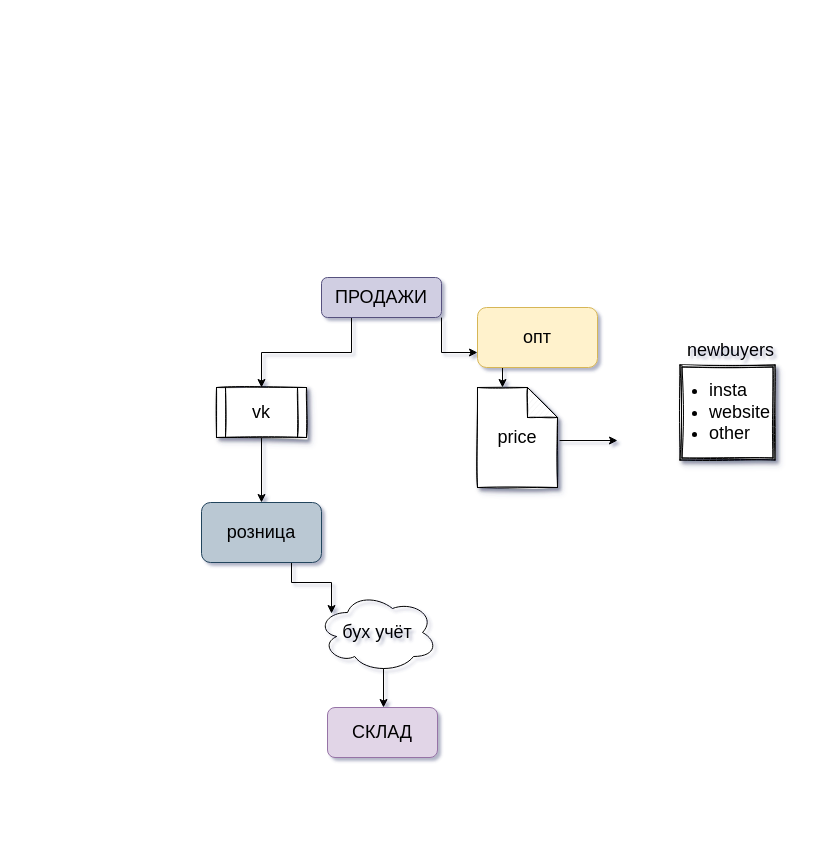
This is Untitled Diagram.drawio from m11nic89co/ecom.net.ru, a draw.io file, before an edit. Source tidied: cells renumbered, new cells numbered last; positions are measured from the earlier drawing's top-left corner, leaving out a move shared by most shapes. Both pictures are drawn from the tidied source at 100%, with x=0, y=0 at pixel (201, 277).
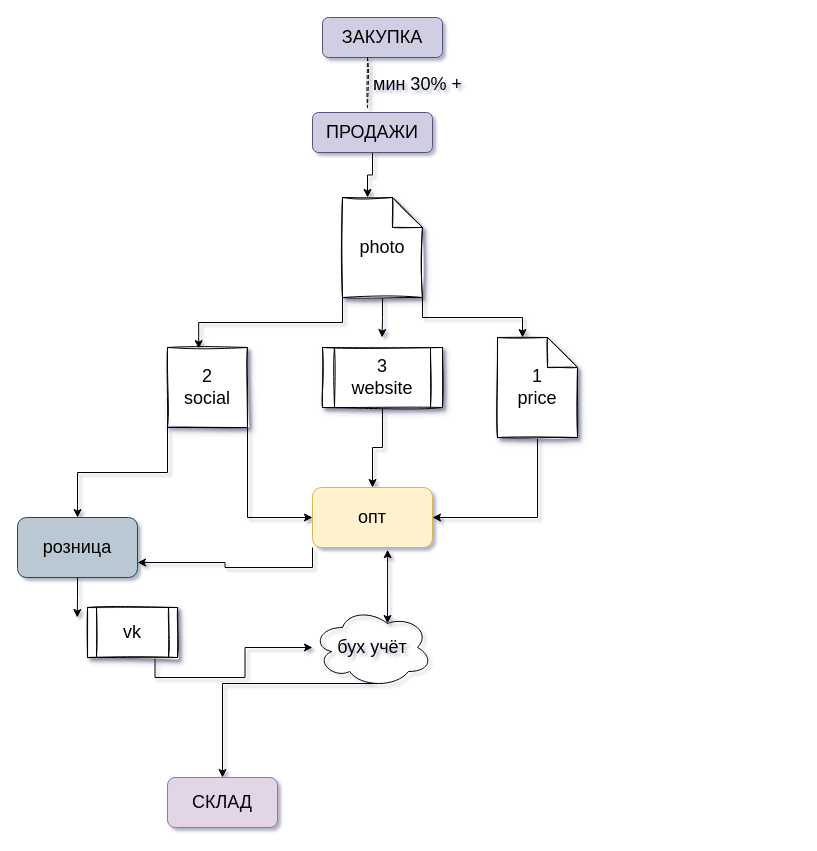
After the change.

Change to the diagram source:
```diff
@@
-    <mxCell id="2" style="edgeStyle=orthogonalEdgeStyle;rounded=0;jettySize=auto;html=1;exitX=0.25;exitY=1;exitDx=0;exitDy=0;entryX=0;entryY=0;entryDx=25;entryDy=0;entryPerimeter=0;fontSize=18;" parent="1" edge="1" source="3" target="12">
-      <mxGeometry relative="1" as="geometry" />
-    </mxCell>
+    <mxCell id="19" style="edgeStyle=orthogonalEdgeStyle;rounded=0;jettySize=auto;html=1;exitX=0;exitY=1;exitDx=0;exitDy=0;entryX=1;entryY=0.75;entryDx=0;entryDy=0;fontSize=18;" parent="1" edge="1" source="3" target="8">
+      <mxGeometry relative="1" as="geometry" />
+    </mxCell>
     <mxCell id="3" value="&lt;font style=&quot;font-size: 18px;&quot;&gt;&lt;font style=&quot;font-size: 18px;&quot;&gt;опт&lt;/font&gt;&lt;/font&gt;" style="rounded=1;whiteSpace=wrap;html=1;fillColor=#fff2cc;strokeColor=#d6b656;shadow=0;" parent="1" vertex="1">
-      <mxGeometry x="276" y="30" width="120" height="60" as="geometry" />
+      <mxGeometry x="111" y="210" width="120" height="60" as="geometry" />
     </mxCell>
     <mxCell id="4" value="СКЛАД" style="rounded=1;whiteSpace=wrap;html=1;shadow=0;fontSize=18;fillColor=#e1d5e7;strokeColor=#9673a6;" parent="1" vertex="1">
-      <mxGeometry x="126" y="430" width="110" height="50" as="geometry" />
+      <mxGeometry x="-34" y="500" width="110" height="50" as="geometry" />
     </mxCell>
-    <mxCell id="5" style="edgeStyle=orthogonalEdgeStyle;rounded=0;jettySize=auto;html=1;exitX=0.55;exitY=0.95;exitDx=0;exitDy=0;exitPerimeter=0;fontSize=18;" parent="1" edge="1" source="6">
-      <mxGeometry relative="1" as="geometry">
-        <mxPoint x="182" y="430" as="targetPoint" />
-      </mxGeometry>
-    </mxCell>
+    <mxCell id="20" style="edgeStyle=orthogonalEdgeStyle;rounded=0;jettySize=auto;html=1;exitX=0.55;exitY=0.95;exitDx=0;exitDy=0;exitPerimeter=0;entryX=0.5;entryY=0;entryDx=0;entryDy=0;fontSize=18;" parent="1" edge="1" source="6" target="4">
+      <mxGeometry relative="1" as="geometry" />
+    </mxCell>
     <mxCell id="6" value="бух учёт" style="ellipse;shape=cloud;whiteSpace=wrap;html=1;shadow=0;fontSize=18;fillColor=none;" parent="1" vertex="1">
-      <mxGeometry x="116" y="315" width="120" height="80" as="geometry" />
+      <mxGeometry x="111" y="330" width="120" height="80" as="geometry" />
     </mxCell>
-    <mxCell id="7" style="edgeStyle=orthogonalEdgeStyle;rounded=0;jettySize=auto;html=1;exitX=0.75;exitY=1;exitDx=0;exitDy=0;entryX=0.117;entryY=0.263;entryDx=0;entryDy=0;entryPerimeter=0;fontSize=18;" parent="1" edge="1" source="8" target="6">
-      <mxGeometry relative="1" as="geometry" />
-    </mxCell>
+    <mxCell id="21" style="edgeStyle=orthogonalEdgeStyle;rounded=0;jettySize=auto;html=1;exitX=0.5;exitY=1;exitDx=0;exitDy=0;fontSize=18;" parent="1" edge="1" source="8">
+      <mxGeometry relative="1" as="geometry">
+        <mxPoint x="-124.3" y="340" as="targetPoint" />
+      </mxGeometry>
+    </mxCell>
     <mxCell id="8" value="розница" style="rounded=1;whiteSpace=wrap;html=1;shadow=0;fontSize=18;fillColor=#bac8d3;strokeColor=#23445d;" parent="1" vertex="1">
-      <mxGeometry y="225" width="120" height="60" as="geometry" />
+      <mxGeometry x="-184" y="240" width="120" height="60" as="geometry" />
     </mxCell>
-    <mxCell id="9" style="edgeStyle=orthogonalEdgeStyle;rounded=0;jettySize=auto;html=1;exitX=0.25;exitY=1;exitDx=0;exitDy=0;entryX=0.5;entryY=0;entryDx=0;entryDy=0;fontSize=18;" parent="1" edge="1" source="11" target="14">
-      <mxGeometry relative="1" as="geometry" />
-    </mxCell>
-    <mxCell id="10" style="edgeStyle=orthogonalEdgeStyle;rounded=0;jettySize=auto;html=1;exitX=1;exitY=1;exitDx=0;exitDy=0;entryX=0;entryY=0.75;entryDx=0;entryDy=0;fontSize=18;" parent="1" edge="1" source="11" target="3">
-      <mxGeometry relative="1" as="geometry" />
-    </mxCell>
+    <mxCell id="22" style="edgeStyle=orthogonalEdgeStyle;rounded=0;jettySize=auto;html=1;exitX=0.5;exitY=1;exitDx=0;exitDy=0;fontSize=18;entryX=0;entryY=0;entryDx=25;entryDy=0;entryPerimeter=0;" parent="1" edge="1" source="11" target="31">
+      <mxGeometry relative="1" as="geometry" />
+    </mxCell>
     <mxCell id="11" value="ПРОДАЖИ" style="rounded=1;whiteSpace=wrap;html=1;shadow=0;fontSize=18;fillColor=#d0cee2;strokeColor=#56517e;" parent="1" vertex="1">
-      <mxGeometry x="120" width="120" height="40" as="geometry" />
+      <mxGeometry x="111" y="-165" width="120" height="40" as="geometry" />
     </mxCell>
+    <mxCell id="23" style="edgeStyle=orthogonalEdgeStyle;rounded=0;jettySize=auto;html=1;exitX=0.5;exitY=1;exitDx=0;exitDy=0;exitPerimeter=0;entryX=1;entryY=0.5;entryDx=0;entryDy=0;fontSize=18;" parent="1" edge="1" source="12" target="3">
+      <mxGeometry relative="1" as="geometry" />
+    </mxCell>
-    <mxCell id="12" value="price" style="shape=note;whiteSpace=wrap;html=1;backgroundOutline=1;darkOpacity=0.05;shadow=1;fontSize=18;sketch=1;" parent="1" vertex="1">
-      <mxGeometry x="276" y="110" width="80" height="100" as="geometry" />
+    <mxCell id="12" value="1&lt;br&gt;price" style="shape=note;whiteSpace=wrap;html=1;backgroundOutline=1;darkOpacity=0.05;shadow=1;fontSize=18;sketch=1;" parent="1" vertex="1">
+      <mxGeometry x="296" y="60" width="80" height="100" as="geometry" />
     </mxCell>
-    <mxCell id="13" style="edgeStyle=orthogonalEdgeStyle;rounded=0;jettySize=auto;html=1;exitX=0.5;exitY=1;exitDx=0;exitDy=0;entryX=0.5;entryY=0;entryDx=0;entryDy=0;fontSize=18;" parent="1" edge="1" source="14" target="8">
-      <mxGeometry relative="1" as="geometry" />
-    </mxCell>
+    <mxCell id="24" style="edgeStyle=orthogonalEdgeStyle;rounded=0;jettySize=auto;html=1;exitX=0.75;exitY=1;exitDx=0;exitDy=0;fontSize=18;" parent="1" edge="1" source="14" target="6">
+      <mxGeometry relative="1" as="geometry" />
+    </mxCell>
     <mxCell id="14" value="vk" style="shape=process;whiteSpace=wrap;html=1;backgroundOutline=1;shadow=1;sketch=1;fontSize=18;" parent="1" vertex="1">
-      <mxGeometry x="15" y="110" width="90" height="50" as="geometry" />
+      <mxGeometry x="-114" y="330" width="90" height="50" as="geometry" />
     </mxCell>
-    <mxCell id="15" style="endArrow=classic;html=1;rounded=0;fontSize=18;exitX=1.025;exitY=0.53;exitDx=0;exitDy=0;exitPerimeter=0;" parent="1" edge="1" source="12">
-      <mxGeometry relative="1" as="geometry">
-        <mxPoint x="416" y="163" as="targetPoint" />
-      </mxGeometry>
-    </mxCell>
-    <mxCell id="16" style="shape=ext;double=1;whiteSpace=wrap;html=1;shadow=1;sketch=1;fontSize=18;" parent="1" vertex="1">
-      <mxGeometry x="478.5" y="87.5" width="95" height="95" as="geometry" />
-    </mxCell>
-    <mxCell id="17" value="&lt;ul&gt;&lt;li&gt;&lt;span style=&quot;background-color: initial;&quot;&gt;insta&lt;/span&gt;&lt;/li&gt;&lt;li&gt;website&lt;/li&gt;&lt;li&gt;other&lt;/li&gt;&lt;/ul&gt;" style="text;strokeColor=none;fillColor=none;html=1;whiteSpace=wrap;verticalAlign=middle;overflow=hidden;shadow=1;sketch=1;fontSize=18;" parent="1" vertex="1">
-      <mxGeometry x="466" y="80" width="120" height="110" as="geometry" />
-    </mxCell>
-    <mxCell id="18" value="newbuyers" style="text;html=1;align=center;verticalAlign=middle;strokeColor=none;fillColor=none;fontSize=18;" parent="1" vertex="1">
-      <mxGeometry x="478.5" y="57.5" width="100" height="30" as="geometry" />
-    </mxCell>
+    <mxCell id="25" value="ЗАКУПКА" style="rounded=1;whiteSpace=wrap;html=1;shadow=0;fontSize=18;fillColor=#d0cee2;strokeColor=#56517e;" parent="1" vertex="1">
+      <mxGeometry x="121" y="-260" width="120" height="40" as="geometry" />
+    </mxCell>
+    <mxCell id="26" value="мин 30% +" style="shape=partialRectangle;fillColor=none;align=left;verticalAlign=middle;strokeColor=none;spacingLeft=34;shadow=1;sketch=1;fontSize=18;" parent="1" vertex="1">
+      <mxGeometry x="136" y="-220" width="90" height="50" as="geometry" />
+    </mxCell>
+    <mxCell id="27" style="shape=partialRectangle;top=0;left=0;bottom=0;fillColor=none;stokeWidth=1;dashed=1;align=left;verticalAlign=middle;spacingLeft=4;spacingRight=4;overflow=hidden;shadow=1;sketch=1;fontSize=18;" parent="26" vertex="1">
+      <mxGeometry width="30" height="50" as="geometry" />
+    </mxCell>
+    <mxCell id="28" style="edgeStyle=orthogonalEdgeStyle;rounded=0;jettySize=auto;html=1;exitX=0;exitY=1;exitDx=0;exitDy=0;exitPerimeter=0;entryX=0.39;entryY=0.014;entryDx=0;entryDy=0;entryPerimeter=0;fontSize=18;" parent="1" edge="1" source="31" target="36">
+      <mxGeometry relative="1" as="geometry" />
+    </mxCell>
+    <mxCell id="29" style="edgeStyle=orthogonalEdgeStyle;rounded=0;jettySize=auto;html=1;exitX=0.5;exitY=1;exitDx=0;exitDy=0;exitPerimeter=0;fontSize=18;" parent="1" edge="1" source="31">
+      <mxGeometry relative="1" as="geometry">
+        <mxPoint x="180.6" y="60" as="targetPoint" />
+      </mxGeometry>
+    </mxCell>
+    <mxCell id="30" style="edgeStyle=orthogonalEdgeStyle;rounded=0;jettySize=auto;html=1;exitX=1;exitY=1;exitDx=0;exitDy=0;exitPerimeter=0;entryX=0;entryY=0;entryDx=25;entryDy=0;entryPerimeter=0;fontSize=18;" parent="1" edge="1" source="31" target="12">
+      <mxGeometry relative="1" as="geometry" />
+    </mxCell>
+    <mxCell id="31" value="photo" style="shape=note;whiteSpace=wrap;html=1;backgroundOutline=1;darkOpacity=0.05;shadow=1;fontSize=18;sketch=1;" parent="1" vertex="1">
+      <mxGeometry x="141" y="-80" width="80" height="100" as="geometry" />
+    </mxCell>
+    <mxCell id="32" style="edgeStyle=orthogonalEdgeStyle;rounded=0;jettySize=auto;html=1;exitX=0.5;exitY=1;exitDx=0;exitDy=0;fontSize=18;" parent="1" edge="1" source="33" target="3">
+      <mxGeometry relative="1" as="geometry" />
+    </mxCell>
+    <mxCell id="33" value="3&lt;br&gt;website" style="shape=process;whiteSpace=wrap;html=1;backgroundOutline=1;shadow=1;sketch=1;fontSize=18;" parent="1" vertex="1">
+      <mxGeometry x="121" y="70" width="120" height="60" as="geometry" />
+    </mxCell>
+    <mxCell id="34" style="edgeStyle=orthogonalEdgeStyle;rounded=0;jettySize=auto;html=1;exitX=1;exitY=1;exitDx=0;exitDy=0;entryX=0;entryY=0.5;entryDx=0;entryDy=0;fontSize=18;" parent="1" edge="1" source="36" target="3">
+      <mxGeometry relative="1" as="geometry" />
+    </mxCell>
+    <mxCell id="35" style="edgeStyle=orthogonalEdgeStyle;rounded=0;jettySize=auto;html=1;exitX=0;exitY=1;exitDx=0;exitDy=0;fontSize=18;" parent="1" edge="1" source="36" target="8">
+      <mxGeometry relative="1" as="geometry" />
+    </mxCell>
+    <mxCell id="36" value="2&lt;br&gt;social" style="whiteSpace=wrap;html=1;shadow=1;sketch=1;fontSize=18;" parent="1" vertex="1">
+      <mxGeometry x="-34" y="70" width="80" height="80" as="geometry" />
+    </mxCell>
+    <mxCell id="37" style="endArrow=classic;startArrow=classic;html=1;rounded=0;fontSize=18;exitX=0.625;exitY=0.2;exitDx=0;exitDy=0;exitPerimeter=0;entryX=0.626;entryY=1.037;entryDx=0;entryDy=0;entryPerimeter=0;" parent="1" edge="1" source="6" target="3">
+      <mxGeometry relative="1" as="geometry" />
+    </mxCell>
```
